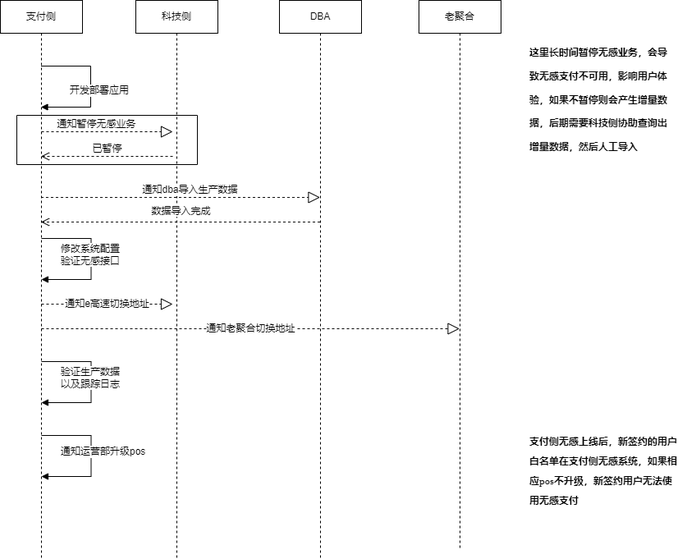
Above: 无感支付上线.png in songyibo2019/mydiagrams (draw.io), before the change. Source tidied: cells renumbered, new cells last; positions are measured from the earlier drawing's top-left corner, leaving out a move shared by most shapes.
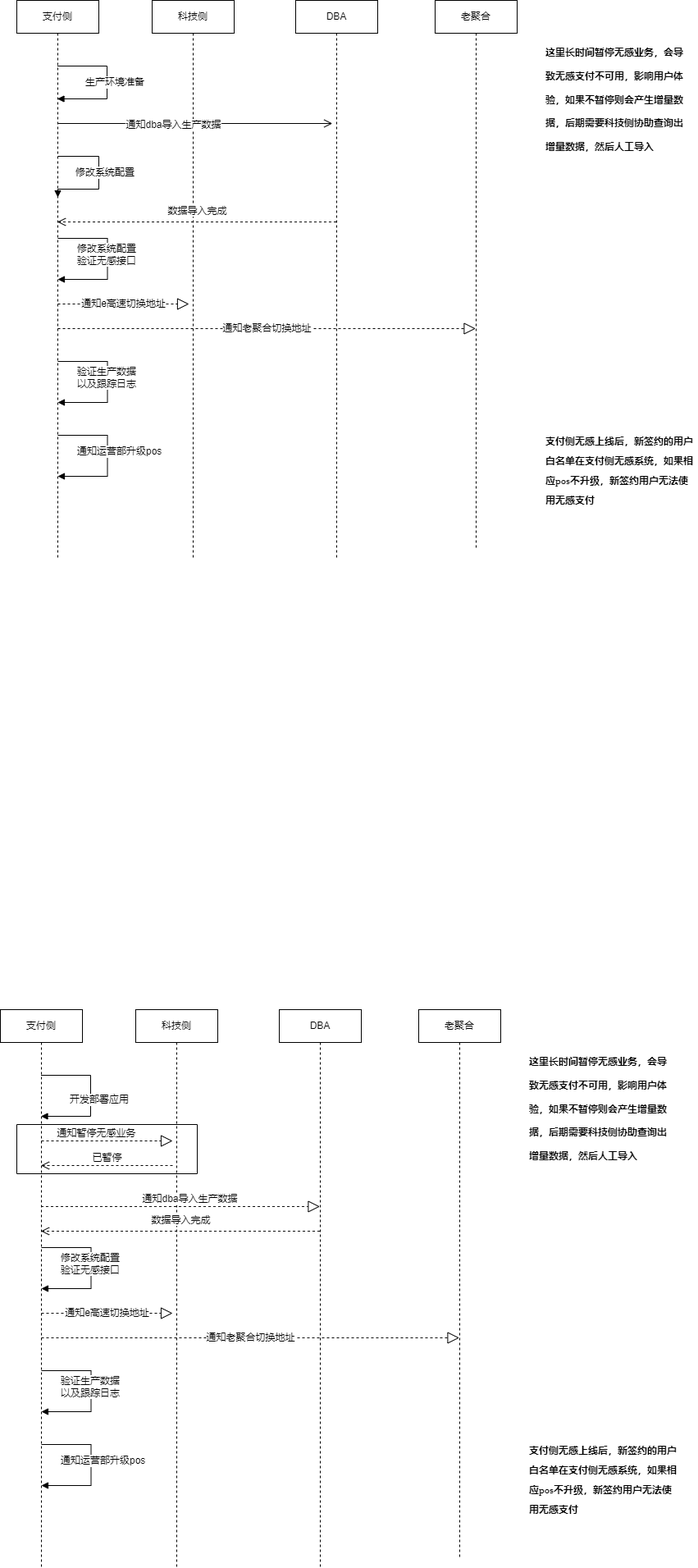
The same file after the commit.

Commit message:
Update 无感支付上线.png

What changed in the source:
```diff
@@ -108,5 +108,100 @@
     <mxCell id="20" style="swimlane;startSize=0;fontFamily=Garamond;fontSize=12;" parent="1" vertex="1">
       <mxGeometry x="20" y="140" width="220" height="60" as="geometry" />
     </mxCell>
+    <mxCell id="21" value="支付侧" style="shape=umlLifeline;perimeter=lifelinePerimeter;whiteSpace=wrap;html=1;outlineConnect=0;fontSize=12;" parent="1" vertex="1">
+      <mxGeometry x="20" y="-1230" width="100" height="680" as="geometry" />
+    </mxCell>
+    <mxCell id="22" value="通知e高速切换地址" style="endArrow=block;dashed=1;endFill=0;endSize=12;html=1;rounded=0;fontSize=12;" parent="21" edge="1">
+      <mxGeometry relative="1" as="geometry">
+        <mxPoint x="50" y="370" as="sourcePoint" />
+        <mxPoint x="210" y="370" as="targetPoint" />
+      </mxGeometry>
+    </mxCell>
+    <mxCell id="23" value="通知老聚合切换地址" style="endArrow=block;dashed=1;endFill=0;endSize=12;html=1;rounded=0;fontSize=12;" parent="21" edge="1" target="32">
+      <mxGeometry relative="1" as="geometry">
+        <mxPoint x="50" y="400" as="sourcePoint" />
+      </mxGeometry>
+    </mxCell>
+    <mxCell id="24" value="修改系统配置&lt;br&gt;验证无感接口" style="edgeStyle=orthogonalEdgeStyle;html=1;align=left;spacingLeft=2;endArrow=block;rounded=0;fontSize=12;" parent="21" edge="1">
+      <mxGeometry x="-0.77" y="-20" relative="1" as="geometry">
+        <mxPoint x="50" y="290" as="sourcePoint" />
+        <mxPoint x="50" y="340" as="targetPoint" />
+        <Array as="points">
+          <mxPoint x="110.5" y="290" />
+          <mxPoint x="110.5" y="340" />
+        </Array>
+      </mxGeometry>
+    </mxCell>
+    <mxCell id="25" value="修改系统配置" style="edgeStyle=orthogonalEdgeStyle;html=1;align=left;spacingLeft=2;endArrow=block;rounded=0;fontSize=12;" parent="21" edge="1">
+      <mxGeometry x="-0.77" y="-20" relative="1" as="geometry">
+        <mxPoint x="50" y="190" as="sourcePoint" />
+        <mxPoint x="50" y="240" as="targetPoint" />
+        <Array as="points">
+          <mxPoint x="100" y="190" />
+          <mxPoint x="100" y="230" />
+          <mxPoint x="50" y="230" />
+        </Array>
+      </mxGeometry>
+    </mxCell>
+    <mxCell id="26" value="科技侧" style="shape=umlLifeline;perimeter=lifelinePerimeter;whiteSpace=wrap;html=1;fontSize=12;" parent="1" vertex="1">
+      <mxGeometry x="185" y="-1230" width="100" height="680" as="geometry" />
+    </mxCell>
+    <mxCell id="27" style="endArrow=open;startArrow=none;endFill=0;startFill=0;endSize=8;html=1;verticalAlign=bottom;labelBackgroundColor=none;strokeWidth=1;rounded=0;" parent="26" edge="1">
+      <mxGeometry relative="1" as="geometry">
+        <mxPoint x="-115" y="150" as="sourcePoint" />
+        <mxPoint x="219.8" y="150" as="targetPoint" />
+      </mxGeometry>
+    </mxCell>
+    <mxCell id="28" value="&lt;span style=&quot;font-size: 12px&quot;&gt;通知dba导入生产数据&lt;/span&gt;" style="edgeLabel;html=1;align=center;verticalAlign=middle;" parent="27" vertex="1">
+      <mxGeometry x="-0.16" y="-1" relative="1" as="geometry" />
+    </mxCell>
+    <mxCell id="29" value="DBA" style="shape=umlLifeline;perimeter=lifelinePerimeter;whiteSpace=wrap;html=1;outlineConnect=0;fontSize=12;" parent="1" vertex="1">
+      <mxGeometry x="360" y="-1230" width="100" height="680" as="geometry" />
+    </mxCell>
+    <mxCell id="30" value="生产环境准备" style="edgeStyle=orthogonalEdgeStyle;html=1;align=left;spacingLeft=2;endArrow=block;rounded=0;fontSize=12;" parent="1" edge="1" source="21" target="21">
+      <mxGeometry x="0.64" y="-20" relative="1" as="geometry">
+        <Array as="points">
+          <mxPoint x="130" y="-1150" />
+          <mxPoint x="130" y="-1110" />
+        </Array>
+        <mxPoint x="1" as="offset" />
+      </mxGeometry>
+    </mxCell>
+    <mxCell id="31" value="验证生产数据&lt;br&gt;以及跟踪日志" style="edgeStyle=orthogonalEdgeStyle;html=1;align=left;spacingLeft=2;endArrow=block;rounded=0;fontSize=12;" parent="1" edge="1">
+      <mxGeometry x="-0.77" y="-20" relative="1" as="geometry">
+        <mxPoint x="70" y="-790" as="sourcePoint" />
+        <mxPoint x="70" y="-740" as="targetPoint" />
+        <Array as="points">
+          <mxPoint x="130.5" y="-790" />
+          <mxPoint x="130.5" y="-740" />
+        </Array>
+      </mxGeometry>
+    </mxCell>
+    <mxCell id="32" value="老聚合" style="shape=umlLifeline;perimeter=lifelinePerimeter;whiteSpace=wrap;html=1;outlineConnect=0;fontSize=12;" parent="1" vertex="1">
+      <mxGeometry x="530" y="-1230" width="100" height="670" as="geometry" />
+    </mxCell>
+    <mxCell id="33" value="&lt;h1&gt;&lt;font style=&quot;font-size: 10px&quot;&gt;这里长时间暂停无感业务，会导致无感支付不可用，影响用户体验，如果不暂停则会产生增量数据，后期需要科技侧协助查询出增量数据，然后人工导入&lt;/font&gt;&lt;/h1&gt;" style="text;html=1;strokeColor=none;fillColor=none;spacing=5;spacingTop=-20;whiteSpace=wrap;overflow=hidden;rounded=0;fontSize=12;" parent="1" vertex="1">
+      <mxGeometry x="660" y="-1190" width="180" height="160" as="geometry" />
+    </mxCell>
+    <mxCell id="34" value="通知运营部升级pos" style="edgeStyle=orthogonalEdgeStyle;html=1;align=left;spacingLeft=2;endArrow=block;rounded=0;fontSize=12;" parent="1" edge="1">
+      <mxGeometry x="-0.77" y="-20" relative="1" as="geometry">
+        <mxPoint x="70" y="-700" as="sourcePoint" />
+        <mxPoint x="70" y="-650" as="targetPoint" />
+        <Array as="points">
+          <mxPoint x="130.5" y="-700" />
+          <mxPoint x="130.5" y="-650" />
+        </Array>
+      </mxGeometry>
+    </mxCell>
+    <mxCell id="35" value="&lt;h1&gt;&lt;span style=&quot;font-size: 12px&quot;&gt;&lt;font face=&quot;Garamond&quot;&gt;支付侧无感上线后，新签约的用户白名单在支付侧无感系统，如果相应pos不升级，新签约用户无法使用无感支付&lt;/font&gt;&lt;/span&gt;&lt;/h1&gt;" style="text;html=1;strokeColor=none;fillColor=none;spacing=5;spacingTop=-20;whiteSpace=wrap;overflow=hidden;rounded=0;fontSize=10;" parent="1" vertex="1">
+      <mxGeometry x="660" y="-710" width="190" height="120" as="geometry" />
+    </mxCell>
+    <mxCell id="36" value="数据导入完成" style="html=1;verticalAlign=bottom;endArrow=open;dashed=1;endSize=8;rounded=0;fontSize=12;" parent="1" edge="1" source="29" target="21">
+      <mxGeometry y="-4" relative="1" as="geometry">
+        <Array as="points">
+          <mxPoint x="290" y="-960" />
+        </Array>
+      </mxGeometry>
+    </mxCell>
   </root>
 </mxGraphModel>
```
